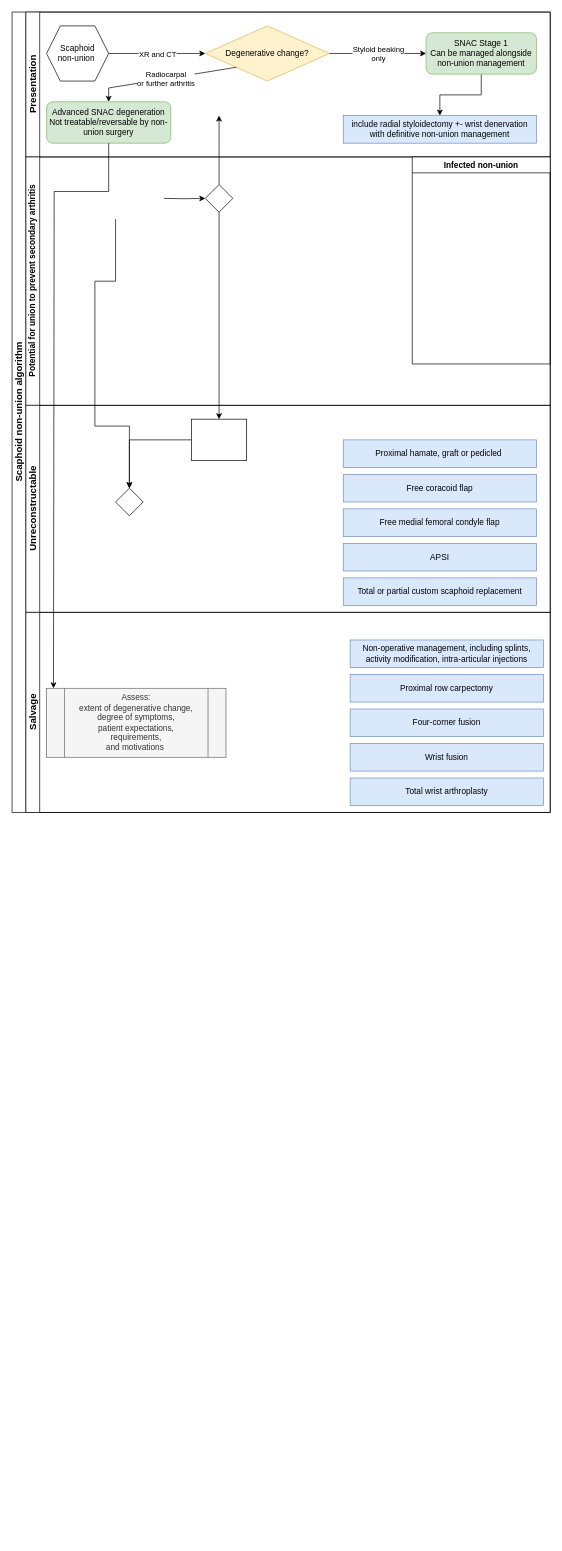
Above: Untitled Diagram.drawio in garfjeld/handhub (draw.io), before the change. Source tidied: cells renumbered, new cells numbered last; positions are measured from the earlier drawing's top-left corner, leaving out a move shared by most shapes. Both pictures are drawn from the tidied source at 69%, with x=0, y=0 at pixel (12, 12).
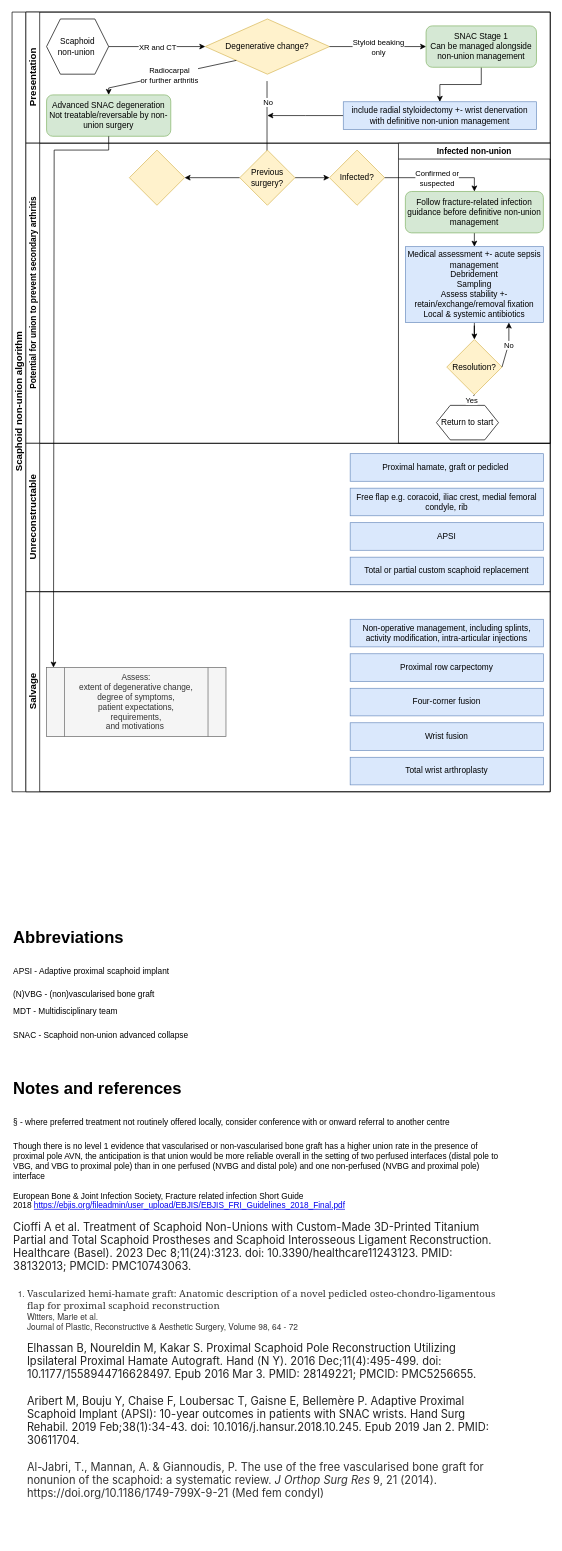
After the change.

What changed in the source:
```diff
@@
     <mxCell id="2" value="Scaphoid non-union algorithm" style="swimlane;html=1;horizontal=0;startSize=20;fontSize=14;" parent="1" vertex="1">
-      <mxGeometry width="780" height="1160" as="geometry" />
+      <mxGeometry width="780" height="1130" as="geometry" />
     </mxCell>
-    <mxCell id="3" style="edgeStyle=orthogonalEdgeStyle;rounded=0;jettySize=auto;html=1;endArrow=classic;endFill=1;" parent="2" edge="1" source="21">
-      <mxGeometry relative="1" as="geometry">
-        <mxPoint x="300" y="150" as="targetPoint" />
-      </mxGeometry>
-    </mxCell>
-    <mxCell id="4" style="edgeStyle=orthogonalEdgeStyle;rounded=0;jettySize=auto;html=1;endArrow=classic;endFill=1;" parent="2" edge="1" source="21" target="25">
-      <mxGeometry relative="1" as="geometry" />
-    </mxCell>
-    <mxCell id="5" style="edgeStyle=orthogonalEdgeStyle;rounded=0;jettySize=auto;html=1;endArrow=classic;endFill=1;" parent="2" edge="1" target="26">
-      <mxGeometry relative="1" as="geometry">
-        <mxPoint x="150" y="300" as="sourcePoint" />
-        <Array as="points">
-          <mxPoint x="150" y="390" />
-          <mxPoint x="120" y="390" />
-          <mxPoint x="120" y="600" />
-        </Array>
-      </mxGeometry>
-    </mxCell>
     <mxCell id="6" value="Presentation" style="swimlane;html=1;startSize=20;horizontal=0;fontSize=14;" parent="2" vertex="1">
-      <mxGeometry x="20" width="760" height="210" as="geometry" />
+      <mxGeometry x="20" width="760" height="190" as="geometry" />
     </mxCell>
     <mxCell id="7" value="Degenerative change?" style="rhombus;whiteSpace=wrap;html=1;fillColor=#fff2cc;strokeColor=#d6b656;" parent="6" vertex="1">
-      <mxGeometry x="260" y="20" width="180" height="80" as="geometry" />
+      <mxGeometry x="260" y="10" width="180" height="80" as="geometry" />
     </mxCell>
@@
     <mxCell id="9" value="SNAC Stage 1&lt;div&gt;Can be managed alongside non-union management&lt;/div&gt;" style="rounded=1;whiteSpace=wrap;html=1;fillColor=#d5e8d4;strokeColor=#82b366;" parent="6" vertex="1">
-      <mxGeometry x="580" y="30" width="160" height="60" as="geometry" />
+      <mxGeometry x="580" y="20" width="160" height="60" as="geometry" />
     </mxCell>
@@
     <mxCell id="12" value="Scaphoid&lt;div&gt;non-union&amp;nbsp;&lt;/div&gt;" style="shape=hexagon;perimeter=hexagonPerimeter2;whiteSpace=wrap;html=1;fixedSize=1;" parent="6" vertex="1">
-      <mxGeometry x="30" y="20" width="90" height="80" as="geometry" />
+      <mxGeometry x="30" y="10" width="90" height="80" as="geometry" />
     </mxCell>
     <mxCell id="13" value="Advanced SNAC degeneration&lt;div&gt;Not treatable/reversable by non-union surgery&lt;/div&gt;" style="rounded=1;whiteSpace=wrap;html=1;fillColor=#d5e8d4;strokeColor=#82b366;" parent="6" vertex="1">
-      <mxGeometry x="30" y="130" width="180" height="60" as="geometry" />
+      <mxGeometry x="30" y="120" width="180" height="60" as="geometry" />
     </mxCell>
@@
+    <mxCell id="40" style="edgeStyle=orthogonalEdgeStyle;rounded=0;jettySize=auto;html=1;exitX=0;exitY=0.5;exitDx=0;exitDy=0;" parent="6" edge="1" source="18">
+      <mxGeometry relative="1" as="geometry">
+        <mxPoint x="350" y="150" as="targetPoint" />
+      </mxGeometry>
+    </mxCell>
     <mxCell id="18" value="include radial styloidectomy +- wrist denervation with definitive non-union management" style="rounded=0;whiteSpace=wrap;html=1;fontFamily=Helvetica;fontSize=12;align=center;fillColor=#dae8fc;strokeColor=#6c8ebf;" parent="6" vertex="1">
-      <mxGeometry x="460" y="150" width="280" height="40" as="geometry" />
+      <mxGeometry x="460" y="130" width="280" height="40" as="geometry" />
     </mxCell>
+    <mxCell id="41" style="endArrow=classic;html=1;rounded=0;exitX=0.5;exitY=1;exitDx=0;exitDy=0;" parent="6" edge="1">
+      <mxGeometry relative="1" as="geometry">
+        <mxPoint x="349.5" y="100" as="sourcePoint" />
+        <mxPoint x="349.5" y="270" as="targetPoint" />
+        <Array as="points">
+          <mxPoint x="349.5" y="130" />
+        </Array>
+      </mxGeometry>
+    </mxCell>
+    <mxCell id="42" value="No" style="edgeLabel;html=1;align=center;verticalAlign=middle;" parent="41" vertex="1">
+      <mxGeometry relative="1" as="geometry">
+        <mxPoint x="1" y="-55" as="offset" />
+      </mxGeometry>
+    </mxCell>
     <mxCell id="19" value="Potential for union to prevent secondary arthritis" style="swimlane;html=1;startSize=20;horizontal=0;" parent="2" vertex="1">
-      <mxGeometry x="20" y="210" width="760" height="360" as="geometry" />
+      <mxGeometry x="20" y="190" width="760" height="435" as="geometry" />
     </mxCell>
-    <mxCell id="20" style="edgeStyle=orthogonalEdgeStyle;rounded=0;jettySize=auto;html=1;endArrow=classic;endFill=1;" parent="19" edge="1" target="21">
-      <mxGeometry relative="1" as="geometry">
-        <mxPoint x="200" y="60" as="sourcePoint" />
-      </mxGeometry>
-    </mxCell>
-    <mxCell id="21" style="rhombus;whiteSpace=wrap;html=1;fontFamily=Helvetica;fontSize=12;fontColor=#000000;align=center;" parent="19" vertex="1">
-      <mxGeometry x="260" y="40" width="40" height="40" as="geometry" />
-    </mxCell>
     <mxCell id="22" value="Infected non-union" style="swimlane;whiteSpace=wrap;html=1;" parent="19" vertex="1">
-      <mxGeometry x="560" width="200" height="300" as="geometry" />
+      <mxGeometry x="540" width="220" height="435" as="geometry" />
     </mxCell>
+    <mxCell id="43" style="edgeStyle=orthogonalEdgeStyle;rounded=0;jettySize=auto;html=1;exitX=0.5;exitY=1;exitDx=0;exitDy=0;entryX=0.5;entryY=0;entryDx=0;entryDy=0;" parent="22" edge="1" source="44" target="46">
+      <mxGeometry relative="1" as="geometry" />
+    </mxCell>
+    <mxCell id="44" value="Follow fracture-related infection guidance before definitive non-union management" style="rounded=1;whiteSpace=wrap;html=1;fillColor=#d5e8d4;strokeColor=#82b366;" parent="22" vertex="1">
+      <mxGeometry x="10" y="70" width="200" height="60" as="geometry" />
+    </mxCell>
+    <mxCell id="45" style="edgeStyle=orthogonalEdgeStyle;rounded=0;jettySize=auto;html=1;" parent="22" edge="1" source="46" target="47">
+      <mxGeometry relative="1" as="geometry" />
+    </mxCell>
+    <mxCell id="46" value="Medical assessment +- acute sepsis management&lt;div&gt;Debridement&lt;/div&gt;&lt;div&gt;Sampling&lt;/div&gt;&lt;div&gt;Assess stability +- retain/exchange/removal fixation&lt;/div&gt;&lt;div&gt;Local &amp;amp; systemic antibiotics&lt;/div&gt;" style="rounded=0;whiteSpace=wrap;html=1;fontFamily=Helvetica;fontSize=12;align=center;fillColor=#dae8fc;strokeColor=#6c8ebf;" parent="22" vertex="1">
+      <mxGeometry x="10" y="150" width="200" height="110" as="geometry" />
+    </mxCell>
+    <mxCell id="47" value="Resolution?" style="rhombus;whiteSpace=wrap;html=1;fillColor=#fff2cc;strokeColor=#d6b656;rounded=0;" parent="22" vertex="1">
+      <mxGeometry x="70" y="284.5" width="80" height="80" as="geometry" />
+    </mxCell>
+    <mxCell id="48" style="endArrow=classic;html=1;rounded=0;exitX=1;exitY=0.5;exitDx=0;exitDy=0;entryX=0.75;entryY=1;entryDx=0;entryDy=0;" parent="22" edge="1" source="47" target="46">
+      <mxGeometry relative="1" as="geometry">
+        <Array as="points">
+          <mxPoint x="160" y="290" />
+        </Array>
+      </mxGeometry>
+    </mxCell>
+    <mxCell id="49" value="No" style="edgeLabel;html=1;align=center;verticalAlign=middle;" parent="48" vertex="1">
+      <mxGeometry relative="1" as="geometry" />
+    </mxCell>
+    <mxCell id="50" value="Return to start" style="shape=hexagon;perimeter=hexagonPerimeter2;whiteSpace=wrap;html=1;fixedSize=1;" parent="22" vertex="1">
+      <mxGeometry x="55" y="380" width="90" height="50" as="geometry" />
+    </mxCell>
+    <mxCell id="51" style="endArrow=classic;html=1;rounded=0;exitX=0.5;exitY=1;exitDx=0;exitDy=0;entryX=0.5;entryY=0;entryDx=0;entryDy=0;" parent="22" edge="1" source="47" target="50">
+      <mxGeometry relative="1" as="geometry" />
+    </mxCell>
+    <mxCell id="52" value="Yes" style="edgeLabel;html=1;align=center;verticalAlign=middle;" parent="51" vertex="1">
+      <mxGeometry relative="1" as="geometry" />
+    </mxCell>
+    <mxCell id="53" style="edgeStyle=orthogonalEdgeStyle;rounded=0;jettySize=auto;html=1;" parent="19" edge="1" source="55" target="56">
+      <mxGeometry relative="1" as="geometry" />
+    </mxCell>
+    <mxCell id="54" style="edgeStyle=orthogonalEdgeStyle;rounded=0;jettySize=auto;html=1;" parent="19" edge="1" source="55" target="59">
+      <mxGeometry relative="1" as="geometry" />
+    </mxCell>
+    <mxCell id="55" value="Previous surgery?" style="rhombus;whiteSpace=wrap;html=1;fillColor=#fff2cc;strokeColor=#d6b656;" parent="19" vertex="1">
+      <mxGeometry x="310" y="10" width="80" height="80" as="geometry" />
+    </mxCell>
+    <mxCell id="56" value="Infected?" style="rhombus;whiteSpace=wrap;html=1;fillColor=#fff2cc;strokeColor=#d6b656;" parent="19" vertex="1">
+      <mxGeometry x="440" y="10" width="80" height="80" as="geometry" />
+    </mxCell>
+    <mxCell id="57" style="endArrow=classic;html=1;rounded=0;exitX=1;exitY=0.5;exitDx=0;exitDy=0;entryX=0.5;entryY=0;entryDx=0;entryDy=0;" parent="19" edge="1" source="56" target="44">
+      <mxGeometry relative="1" as="geometry">
+        <Array as="points">
+          <mxPoint x="650" y="50" />
+        </Array>
+      </mxGeometry>
+    </mxCell>
+    <mxCell id="58" value="Confirmed or&lt;div&gt;suspected&lt;/div&gt;" style="edgeLabel;html=1;align=center;verticalAlign=middle;" parent="57" vertex="1">
+      <mxGeometry relative="1" as="geometry" />
+    </mxCell>
+    <mxCell id="59" style="rhombus;whiteSpace=wrap;html=1;fillColor=#fff2cc;strokeColor=#d6b656;" parent="19" vertex="1">
+      <mxGeometry x="150" y="10" width="80" height="80" as="geometry" />
+    </mxCell>
     <mxCell id="23" value="Unreconstructable" style="swimlane;html=1;startSize=20;horizontal=0;fontSize=14;" parent="2" vertex="1">
-      <mxGeometry x="20" y="570" width="760" height="300" as="geometry" />
+      <mxGeometry x="20" y="625" width="760" height="215" as="geometry" />
     </mxCell>
-    <mxCell id="24" style="edgeStyle=orthogonalEdgeStyle;rounded=0;jettySize=auto;html=1;endArrow=classic;endFill=1;" parent="23" edge="1" source="25" target="26">
-      <mxGeometry relative="1" as="geometry" />
-    </mxCell>
-    <mxCell id="25" style="rounded=0;whiteSpace=wrap;html=1;fontFamily=Helvetica;fontSize=12;fontColor=#000000;align=center;" parent="23" vertex="1">
-      <mxGeometry x="240" y="20" width="80" height="60" as="geometry" />
-    </mxCell>
-    <mxCell id="26" style="rhombus;whiteSpace=wrap;html=1;fontFamily=Helvetica;fontSize=12;fontColor=#000000;align=center;" parent="23" vertex="1">
-      <mxGeometry x="130" y="120" width="40" height="40" as="geometry" />
-    </mxCell>
     <mxCell id="27" value="Total or partial custom scaphoid replacement" style="rounded=0;whiteSpace=wrap;html=1;fontFamily=Helvetica;fontSize=12;align=center;fillColor=#dae8fc;strokeColor=#6c8ebf;" parent="23" vertex="1">
-      <mxGeometry x="460" y="250" width="280" height="40" as="geometry" />
+      <mxGeometry x="470" y="165" width="280" height="40" as="geometry" />
     </mxCell>
     <mxCell id="28" value="APSI" style="rounded=0;whiteSpace=wrap;html=1;fontFamily=Helvetica;fontSize=12;align=center;fillColor=#dae8fc;strokeColor=#6c8ebf;" parent="23" vertex="1">
-      <mxGeometry x="460" y="200" width="280" height="40" as="geometry" />
+      <mxGeometry x="470" y="115" width="280" height="40" as="geometry" />
     </mxCell>
-    <mxCell id="29" value="Free medial femoral condyle flap" style="rounded=0;whiteSpace=wrap;html=1;fontFamily=Helvetica;fontSize=12;align=center;fillColor=#dae8fc;strokeColor=#6c8ebf;" parent="23" vertex="1">
-      <mxGeometry x="460" y="150" width="280" height="40" as="geometry" />
+    <mxCell id="29" value="Free flap e.g. coracoid, iliac crest, medial femoral condyle, rib" style="rounded=0;whiteSpace=wrap;html=1;fontFamily=Helvetica;fontSize=12;align=center;fillColor=#dae8fc;strokeColor=#6c8ebf;" parent="23" vertex="1">
+      <mxGeometry x="470" y="65" width="280" height="40" as="geometry" />
     </mxCell>
-    <mxCell id="30" value="Free coracoid flap" style="rounded=0;whiteSpace=wrap;html=1;fontFamily=Helvetica;fontSize=12;align=center;fillColor=#dae8fc;strokeColor=#6c8ebf;" parent="23" vertex="1">
-      <mxGeometry x="460" y="100" width="280" height="40" as="geometry" />
-    </mxCell>
     <mxCell id="31" value="Proximal hamate, graft or pedicled&amp;nbsp;" style="rounded=0;whiteSpace=wrap;html=1;fontFamily=Helvetica;fontSize=12;align=center;fillColor=#dae8fc;strokeColor=#6c8ebf;" parent="23" vertex="1">
-      <mxGeometry x="460" y="50" width="280" height="40" as="geometry" />
+      <mxGeometry x="470" y="15" width="280" height="40" as="geometry" />
     </mxCell>
     <mxCell id="32" value="Salvage" style="swimlane;html=1;startSize=20;horizontal=0;fontSize=14;" parent="2" vertex="1">
-      <mxGeometry x="20" y="870" width="760" height="290" as="geometry" />
+      <mxGeometry x="20" y="840" width="760" height="290" as="geometry" />
     </mxCell>
@@
     <mxCell id="39" style="edgeStyle=orthogonalEdgeStyle;rounded=0;jettySize=auto;html=1;entryX=0;entryY=0;entryDx=0;entryDy=0;exitX=0.5;exitY=1;exitDx=0;exitDy=0;" parent="32" edge="1" source="13">
       <mxGeometry relative="1" as="geometry">
         <mxPoint x="40" y="110" as="targetPoint" />
         <Array as="points">
-          <mxPoint x="120" y="-610" />
-          <mxPoint x="41" y="-610" />
+          <mxPoint x="120" y="-640" />
+          <mxPoint x="41" y="-640" />
         </Array>
       </mxGeometry>
     </mxCell>
+    <mxCell id="60" value="&lt;h1 style=&quot;margin-top: 0px;&quot;&gt;Abbreviations&lt;/h1&gt;&lt;h1 style=&quot;margin-top: 0px;&quot;&gt;&lt;span style=&quot;font-size: 12px; font-weight: normal;&quot;&gt;APSI - Adaptive proximal scaphoid implant&lt;/span&gt;&lt;/h1&gt;&lt;div&gt;&lt;span style=&quot;font-size: 12px; font-weight: normal;&quot;&gt;(N)VBG - (non)vascularised bone graft&amp;nbsp;&lt;/span&gt;&lt;/div&gt;&lt;h1 style=&quot;margin-top: 0px;&quot;&gt;&lt;span style=&quot;font-size: 12px; font-weight: normal;&quot;&gt;MDT - Multidisciplinary team&lt;/span&gt;&lt;/h1&gt;&lt;div&gt;&lt;span style=&quot;font-size: 12px; font-weight: normal;&quot;&gt;SNAC - Scaphoid non-union advanced collapse&lt;/span&gt;&lt;/div&gt;" style="text;html=1;whiteSpace=wrap;overflow=hidden;rounded=0;" parent="1" vertex="1">
+      <mxGeometry y="1320" width="470" height="200" as="geometry" />
+    </mxCell>
+    <mxCell id="61" value="&lt;h1 style=&quot;margin-top: 0px;&quot;&gt;Notes and references&lt;/h1&gt;&lt;h1 style=&quot;margin-top: 0px;&quot;&gt;&lt;span style=&quot;font-size: 12px; font-weight: 400;&quot;&gt;§ - where preferred treatment not routinely offered locally, consider conference with or onward referral to another centre&lt;/span&gt;&lt;/h1&gt;&lt;div&gt;Though there is no level 1 evidence that vascularised or non-vascularised bone graft has a higher union rate in the presence of proximal pole AVN, the anticipation is that union would be more reliable overall in the setting of two perfused interfaces (distal pole to VBG, and VBG to proximal pole) than in one perfused (NVBG and distal pole) and one non-perfused (NVBG and proximal pole) interface&amp;nbsp;&lt;/div&gt;&lt;div&gt;&lt;span style=&quot;font-size: 12px; font-weight: 400;&quot;&gt;&lt;br&gt;&lt;/span&gt;&lt;/div&gt;&lt;div&gt;European Bone &amp;amp; Joint Infection Society, Fracture related infection Short Guide 2018&amp;nbsp;&lt;a href=&quot;https://ebjis.org/fileadmin/user_upload/EBJIS/EBJIS_FRI_Guidelines_2018_Final.pdf&quot;&gt;https://ebjis.org/fileadmin/user_upload/EBJIS/EBJIS_FRI_Guidelines_2018_Final.pdf&lt;/a&gt;&lt;br&gt;&lt;/div&gt;&lt;div&gt;&lt;br&gt;&lt;/div&gt;&lt;div&gt;&lt;span style=&quot;font-size: 16px; caret-color: rgb(33, 33, 33); color: rgb(33, 33, 33); font-family: BlinkMacSystemFont, -apple-system, &amp;quot;Segoe UI&amp;quot;, Roboto, Oxygen, Ubuntu, Cantarell, &amp;quot;Fira Sans&amp;quot;, &amp;quot;Droid Sans&amp;quot;, &amp;quot;Helvetica Neue&amp;quot;, sans-serif; background-color: rgb(255, 255, 255);&quot;&gt;Cioffi A et al. Treatment of Scaphoid Non-Unions with Custom-Made 3D-Printed Titanium Partial and Total Scaphoid Prostheses and Scaphoid Interosseous Ligament Reconstruction. Healthcare (Basel). 2023 Dec 8;11(24):3123. doi: 10.3390/healthcare11243123. PMID: 38132013; PMCID: PMC10743063.&lt;/span&gt;&lt;br&gt;&lt;/div&gt;&lt;div&gt;&lt;span style=&quot;font-size: 16px; caret-color: rgb(33, 33, 33); color: rgb(33, 33, 33); font-family: BlinkMacSystemFont, -apple-system, &amp;quot;Segoe UI&amp;quot;, Roboto, Oxygen, Ubuntu, Cantarell, &amp;quot;Fira Sans&amp;quot;, &amp;quot;Droid Sans&amp;quot;, &amp;quot;Helvetica Neue&amp;quot;, sans-serif; background-color: rgb(255, 255, 255);&quot;&gt;&lt;br&gt;&lt;/span&gt;&lt;/div&gt;&lt;div&gt;&lt;ol style=&quot;margin: 0px 0px 0px 20px; padding: 0px; caret-color: rgb(51, 51, 51); color: rgb(51, 51, 51); font-family: &amp;quot;Helvetica Neue&amp;quot;, Helvetica, Arial, sans-serif;&quot; id=&quot;downloadCitList&quot;&gt;&lt;li&gt;&lt;h4 style=&quot;margin: 0px; font-weight: normal; line-height: 18px; font-size: 14px; text-rendering: optimizelegibility; font-family: Georgia, serif;&quot;&gt;Vascularized hemi-hamate graft: Anatomic description of a novel pedicled osteo-chondro-ligamentous flap for proximal scaphoid reconstruction&lt;/h4&gt;&lt;div&gt;Witters, Marie et al.&lt;/div&gt;&lt;div&gt;Journal of Plastic, Reconstructive &amp;amp; Aesthetic Surgery, Volume 98, 64 - 72&lt;/div&gt;&lt;div&gt;&lt;br&gt;&lt;/div&gt;&lt;div&gt;&lt;span style=&quot;font-size: 16px; caret-color: rgb(33, 33, 33); color: rgb(33, 33, 33); font-family: BlinkMacSystemFont, -apple-system, &amp;quot;Segoe UI&amp;quot;, Roboto, Oxygen, Ubuntu, Cantarell, &amp;quot;Fira Sans&amp;quot;, &amp;quot;Droid Sans&amp;quot;, &amp;quot;Helvetica Neue&amp;quot;, sans-serif; background-color: rgb(255, 255, 255);&quot;&gt;Elhassan B, Noureldin M, Kakar S. Proximal Scaphoid Pole Reconstruction Utilizing Ipsilateral Proximal Hamate Autograft. Hand (N Y). 2016 Dec;11(4):495-499. doi: 10.1177/1558944716628497. Epub 2016 Mar 3. PMID: 28149221; PMCID: PMC5256655.&lt;/span&gt;&lt;br&gt;&lt;/div&gt;&lt;div&gt;&lt;span style=&quot;font-size: 16px; caret-color: rgb(33, 33, 33); color: rgb(33, 33, 33); font-family: BlinkMacSystemFont, -apple-system, &amp;quot;Segoe UI&amp;quot;, Roboto, Oxygen, Ubuntu, Cantarell, &amp;quot;Fira Sans&amp;quot;, &amp;quot;Droid Sans&amp;quot;, &amp;quot;Helvetica Neue&amp;quot;, sans-serif; background-color: rgb(255, 255, 255);&quot;&gt;&lt;br&gt;&lt;/span&gt;&lt;/div&gt;&lt;div&gt;&lt;span style=&quot;font-size: 16px; caret-color: rgb(33, 33, 33); color: rgb(33, 33, 33); font-family: BlinkMacSystemFont, -apple-system, &amp;quot;Segoe UI&amp;quot;, Roboto, Oxygen, Ubuntu, Cantarell, &amp;quot;Fira Sans&amp;quot;, &amp;quot;Droid Sans&amp;quot;, &amp;quot;Helvetica Neue&amp;quot;, sans-serif; background-color: rgb(255, 255, 255);&quot;&gt;Aribert M, Bouju Y, Chaise F, Loubersac T, Gaisne E, Bellemère P. Adaptive Proximal Scaphoid Implant (APSI): 10-year outcomes in patients with SNAC wrists. Hand Surg Rehabil. 2019 Feb;38(1):34-43. doi: 10.1016/j.hansur.2018.10.245. Epub 2019 Jan 2. PMID: 30611704.&lt;br&gt;&lt;/span&gt;&lt;/div&gt;&lt;div&gt;&lt;span style=&quot;font-size: 16px; caret-color: rgb(33, 33, 33); color: rgb(33, 33, 33); font-family: BlinkMacSystemFont, -apple-system, &amp;quot;Segoe UI&amp;quot;, Roboto, Oxygen, Ubuntu, Cantarell, &amp;quot;Fira Sans&amp;quot;, &amp;quot;Droid Sans&amp;quot;, &amp;quot;Helvetica Neue&amp;quot;, sans-serif; background-color: rgb(255, 255, 255);&quot;&gt;&lt;br&gt;&lt;/span&gt;&lt;/div&gt;&lt;div&gt;&lt;span style=&quot;font-size: 16px; caret-color: rgb(33, 33, 33); color: rgb(33, 33, 33); font-family: BlinkMacSystemFont, -apple-system, &amp;quot;Segoe UI&amp;quot;, Roboto, Oxygen, Ubuntu, Cantarell, &amp;quot;Fira Sans&amp;quot;, &amp;quot;Droid Sans&amp;quot;, &amp;quot;Helvetica Neue&amp;quot;, sans-serif; background-color: rgb(255, 255, 255);&quot;&gt;&lt;span style=&quot;caret-color: rgb(51, 51, 51); color: rgb(51, 51, 51); font-family: -apple-system, BlinkMacSystemFont, &amp;quot;Segoe UI&amp;quot;, Roboto, Oxygen-Sans, Ubuntu, Cantarell, &amp;quot;Helvetica Neue&amp;quot;, sans-serif;&quot;&gt;Al-Jabri, T., Mannan, A. &amp;amp; Giannoudis, P. The use of the free vascularised bone graft for nonunion of the scaphoid: a systematic review.&amp;nbsp;&lt;/span&gt;&lt;i style=&quot;margin: 0px; box-sizing: inherit; caret-color: rgb(51, 51, 51); color: rgb(51, 51, 51); font-family: -apple-system, BlinkMacSystemFont, &amp;quot;Segoe UI&amp;quot;, Roboto, Oxygen-Sans, Ubuntu, Cantarell, &amp;quot;Helvetica Neue&amp;quot;, sans-serif;&quot;&gt;J Orthop Surg Res&lt;/i&gt;&lt;span style=&quot;caret-color: rgb(51, 51, 51); color: rgb(51, 51, 51); font-family: -apple-system, BlinkMacSystemFont, &amp;quot;Segoe UI&amp;quot;, Roboto, Oxygen-Sans, Ubuntu, Cantarell, &amp;quot;Helvetica Neue&amp;quot;, sans-serif;&quot;&gt;&amp;nbsp;&lt;/span&gt;&lt;span style=&quot;margin: 0px; box-sizing: inherit; caret-color: rgb(51, 51, 51); color: rgb(51, 51, 51); font-family: -apple-system, BlinkMacSystemFont, &amp;quot;Segoe UI&amp;quot;, Roboto, Oxygen-Sans, Ubuntu, Cantarell, &amp;quot;Helvetica Neue&amp;quot;, sans-serif;&quot;&gt;9&lt;/span&gt;&lt;span style=&quot;caret-color: rgb(51, 51, 51); color: rgb(51, 51, 51); font-family: -apple-system, BlinkMacSystemFont, &amp;quot;Segoe UI&amp;quot;, Roboto, Oxygen-Sans, Ubuntu, Cantarell, &amp;quot;Helvetica Neue&amp;quot;, sans-serif;&quot;&gt;, 21 (2014). https://doi.org/10.1186/1749-799X-9-21 (Med fem condyl)&lt;/span&gt;&lt;br&gt;&lt;/span&gt;&lt;/div&gt;&lt;/li&gt;&lt;/ol&gt;&lt;/div&gt;&lt;div&gt;&lt;span style=&quot;font-size: 16px; caret-color: rgb(33, 33, 33); color: rgb(33, 33, 33); font-family: BlinkMacSystemFont, -apple-system, &amp;quot;Segoe UI&amp;quot;, Roboto, Oxygen, Ubuntu, Cantarell, &amp;quot;Fira Sans&amp;quot;, &amp;quot;Droid Sans&amp;quot;, &amp;quot;Helvetica Neue&amp;quot;, sans-serif; background-color: rgb(255, 255, 255);&quot;&gt;&lt;br&gt;&lt;/span&gt;&lt;/div&gt;&lt;div&gt;&lt;span style=&quot;font-size: 16px; caret-color: rgb(33, 33, 33); color: rgb(33, 33, 33); font-family: BlinkMacSystemFont, -apple-system, &amp;quot;Segoe UI&amp;quot;, Roboto, Oxygen, Ubuntu, Cantarell, &amp;quot;Fira Sans&amp;quot;, &amp;quot;Droid Sans&amp;quot;, &amp;quot;Helvetica Neue&amp;quot;, sans-serif; background-color: rgb(255, 255, 255);&quot;&gt;&lt;br&gt;&lt;/span&gt;&lt;/div&gt;" style="text;html=1;whiteSpace=wrap;overflow=hidden;rounded=0;" parent="1" vertex="1">
+      <mxGeometry y="1540" width="720" height="670" as="geometry" />
+    </mxCell>
```
